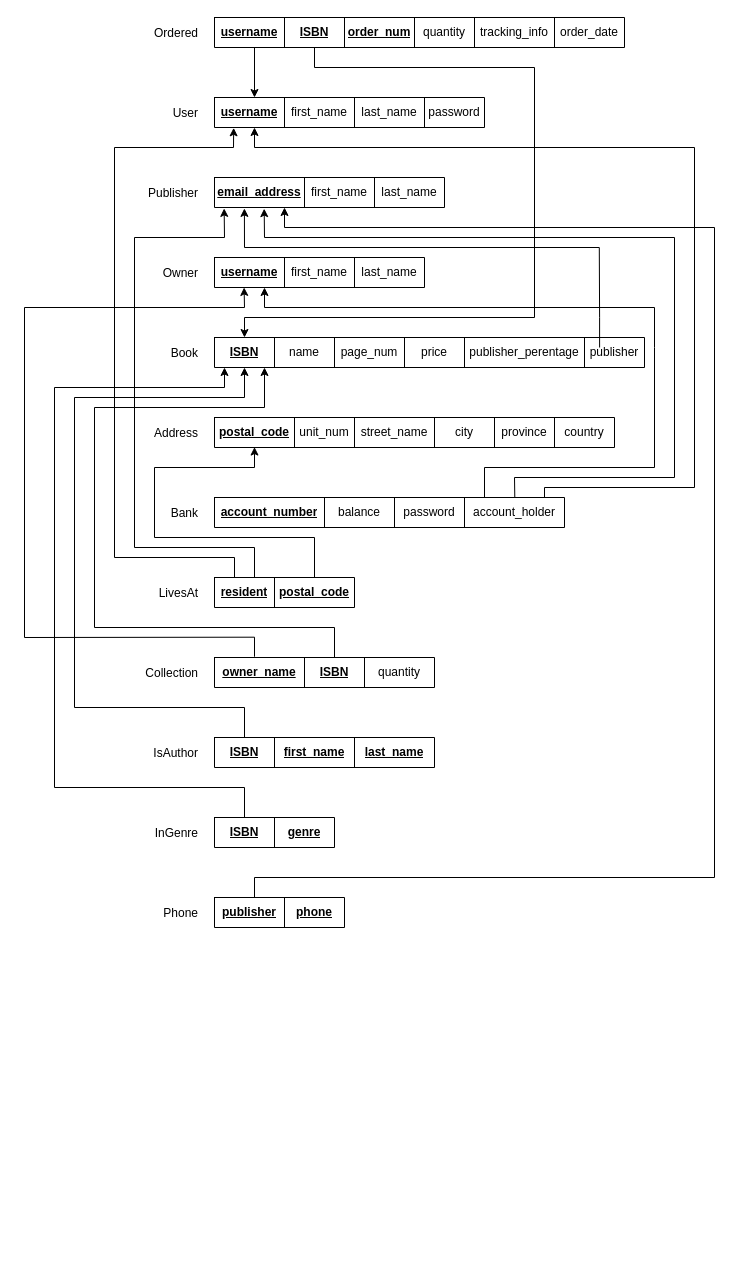
Before: Diagrams/2.2 Reduction to Relation Schema.drawio in MiniEinsteinD/BookStore, a draw.io diagram. Source tidied: cells renumbered, new cells numbered last; positions are measured from the earlier drawing's top-left corner, leaving out a move shared by most shapes. Both pictures are drawn from the tidied source at 100%, with x=0, y=0 at pixel (24, 17).
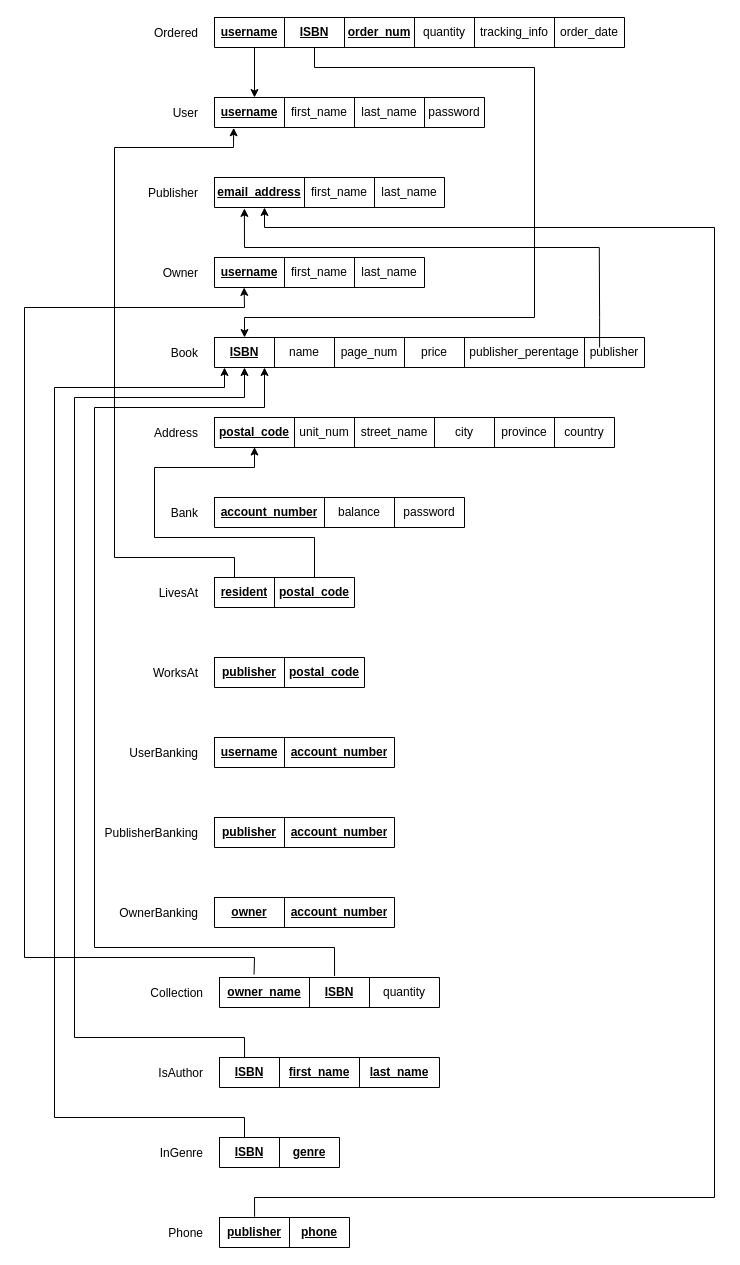
The same diagram, later.

Commit message:
making changes to relation schema

The change refers to these unchanged cells:
```xml
<mxCell id="10" style="shape=partialRectangle;html=1;whiteSpace=wrap;fillColor=none;top=0;left=0;bottom=0;right=0;points=[[0,0.5],[1,0.5]];portConstraint=eastwest;" parent="9" vertex="1">
  <mxGeometry width="230" height="30" as="geometry" />
</mxCell>
<mxCell id="16" style="shape=partialRectangle;html=1;whiteSpace=wrap;fillColor=none;top=0;left=0;bottom=0;right=0;points=[[0,0.5],[1,0.5]];portConstraint=eastwest;" parent="15" vertex="1">
  <mxGeometry width="210" height="30" as="geometry" />
</mxCell>
<mxCell id="59" style="shape=partialRectangle;html=1;whiteSpace=wrap;fillColor=none;top=0;left=0;bottom=0;right=0;points=[[0,0.5],[1,0.5]];portConstraint=eastwest;" parent="58" vertex="1">
  <mxGeometry width="220" height="30" as="geometry" />
</mxCell>
<mxCell id="78" style="shape=partialRectangle;html=1;whiteSpace=wrap;fillColor=none;top=0;left=0;bottom=0;right=0;points=[[0,0.5],[1,0.5]];portConstraint=eastwest;" parent="77" vertex="1">
  <mxGeometry width="220" height="30" as="geometry" />
</mxCell>
<mxCell id="91" style="shape=partialRectangle;html=1;whiteSpace=wrap;fillColor=none;top=0;left=0;bottom=0;right=0;points=[[0,0.5],[1,0.5]];portConstraint=eastwest;" parent="90" vertex="1">
  <mxGeometry width="130" height="30" as="geometry" />
</mxCell>
```

The edit, as a diff of the source:
```diff
@@
     <mxCell id="39" style="shape=table;html=1;whiteSpace=wrap;startSize=0;childLayout=tableLayout;" parent="1" vertex="1">
-      <mxGeometry x="190" y="480" width="350" height="30" as="geometry" />
+      <mxGeometry x="190" y="480" width="250" height="30" as="geometry" />
     </mxCell>
     <mxCell id="40" style="shape=partialRectangle;html=1;whiteSpace=wrap;fillColor=none;top=0;left=0;bottom=0;right=0;points=[[0,0.5],[1,0.5]];portConstraint=eastwest;" parent="39" vertex="1">
-      <mxGeometry width="350" height="30" as="geometry" />
+      <mxGeometry width="250" height="30" as="geometry" />
     </mxCell>
@@
-    <mxCell id="44" value="account_holder" style="shape=partialRectangle;html=1;whiteSpace=wrap;fillColor=none;top=0;left=0;bottom=0;right=0;overflow=hidden;" parent="40" vertex="1">
-      <mxGeometry x="250" width="100" height="30" as="geometry" />
-    </mxCell>
@@
-    <mxCell id="46" style="endArrow=classic;html=1;rounded=0;" parent="1" edge="1">
-      <mxGeometry relative="1" as="geometry">
-        <mxPoint x="520" y="480" as="sourcePoint" />
-        <mxPoint x="230" y="110" as="targetPoint" />
-        <Array as="points">
-          <mxPoint x="520" y="470" />
-          <mxPoint x="670" y="470" />
-          <mxPoint x="670" y="130" />
-          <mxPoint x="230" y="130" />
-        </Array>
-      </mxGeometry>
-    </mxCell>
-    <mxCell id="47" style="endArrow=classic;html=1;rounded=0;exitX=0.858;exitY=0.011;exitDx=0;exitDy=0;exitPerimeter=0;entryX=0.216;entryY=1.038;entryDx=0;entryDy=0;entryPerimeter=0;" parent="1" edge="1" source="40" target="10">
-      <mxGeometry relative="1" as="geometry">
-        <Array as="points">
-          <mxPoint x="490" y="460" />
-          <mxPoint x="650" y="460" />
-          <mxPoint x="650" y="220" />
-          <mxPoint x="240" y="220" />
-        </Array>
-      </mxGeometry>
-    </mxCell>
-    <mxCell id="48" style="endArrow=classic;html=1;rounded=0;" parent="1" edge="1">
-      <mxGeometry relative="1" as="geometry">
-        <mxPoint x="460" y="480" as="sourcePoint" />
-        <mxPoint x="240" y="270" as="targetPoint" />
-        <Array as="points">
-          <mxPoint x="460" y="450" />
-          <mxPoint x="630" y="450" />
-          <mxPoint x="630" y="330" />
-          <mxPoint x="630" y="290" />
-          <mxPoint x="240" y="290" />
-        </Array>
-      </mxGeometry>
-    </mxCell>
@@
-    <mxCell id="55" style="endArrow=classic;html=1;rounded=0;entryX=0.042;entryY=1.03;entryDx=0;entryDy=0;entryPerimeter=0;" parent="1" edge="1" target="10">
-      <mxGeometry relative="1" as="geometry">
-        <mxPoint x="230" y="560" as="sourcePoint" />
-        <Array as="points">
-          <mxPoint x="230" y="530" />
-          <mxPoint x="110" y="530" />
-          <mxPoint x="110" y="220" />
-          <mxPoint x="200" y="220" />
-        </Array>
-      </mxGeometry>
-    </mxCell>
@@
     <mxCell id="58" style="shape=table;html=1;whiteSpace=wrap;startSize=0;childLayout=tableLayout;" parent="1" vertex="1">
-      <mxGeometry x="190" y="640" width="220" height="30" as="geometry" />
+      <mxGeometry x="195" y="960" width="220" height="30" as="geometry" />
     </mxCell>
@@
     <mxCell id="63" value="Collection" style="text;strokeColor=none;fillColor=none;align=right;verticalAlign=middle;spacingLeft=4;spacingRight=4;overflow=hidden;" parent="1" vertex="1">
-      <mxGeometry x="100" y="640" width="80" height="30" as="geometry" />
+      <mxGeometry x="105" y="960" width="80" height="30" as="geometry" />
     </mxCell>
-    <mxCell id="64" style="endArrow=classic;html=1;rounded=0;entryX=0.141;entryY=0.998;entryDx=0;entryDy=0;entryPerimeter=0;" parent="1" edge="1" target="16">
+    <mxCell id="64" style="endArrow=classic;html=1;rounded=0;entryX=0.141;entryY=0.998;entryDx=0;entryDy=0;entryPerimeter=0;exitX=0.157;exitY=-0.097;exitDx=0;exitDy=0;exitPerimeter=0;" parent="1" edge="1" source="59" target="16">
       <mxGeometry relative="1" as="geometry">
-        <mxPoint x="230" y="639.2" as="sourcePoint" />
         <Array as="points">
-          <mxPoint x="230" y="619.7" />
-          <mxPoint y="620" />
+          <mxPoint x="230" y="940" />
+          <mxPoint y="940" />
           <mxPoint y="290" />
           <mxPoint x="220" y="290" />
         </Array>
       </mxGeometry>
     </mxCell>
-    <mxCell id="65" style="endArrow=classic;html=1;rounded=0;" parent="1" edge="1">
+    <mxCell id="65" style="endArrow=classic;html=1;rounded=0;exitX=0.523;exitY=-0.049;exitDx=0;exitDy=0;exitPerimeter=0;" parent="1" edge="1" source="59">
       <mxGeometry relative="1" as="geometry">
-        <mxPoint x="310" y="640" as="sourcePoint" />
         <mxPoint x="240" y="350" as="targetPoint" />
         <Array as="points">
-          <mxPoint x="310" y="610" />
-          <mxPoint x="70" y="610" />
+          <mxPoint x="310" y="930" />
+          <mxPoint x="70" y="930" />
           <mxPoint x="70" y="390" />
           <mxPoint x="240" y="390" />
         </Array>
       </mxGeometry>
     </mxCell>
@@
     <mxCell id="77" style="shape=table;html=1;whiteSpace=wrap;startSize=0;childLayout=tableLayout;" parent="1" vertex="1">
-      <mxGeometry x="190" y="720" width="220" height="30" as="geometry" />
+      <mxGeometry x="195" y="1040" width="220" height="30" as="geometry" />
     </mxCell>
@@
     <mxCell id="82" value="IsAuthor" style="text;strokeColor=none;fillColor=none;align=right;verticalAlign=middle;spacingLeft=4;spacingRight=4;overflow=hidden;" parent="1" vertex="1">
-      <mxGeometry x="100" y="720" width="80" height="30" as="geometry" />
+      <mxGeometry x="105" y="1040" width="80" height="30" as="geometry" />
     </mxCell>
     <mxCell id="83" style="shape=table;html=1;whiteSpace=wrap;startSize=0;childLayout=tableLayout;" parent="1" vertex="1">
-      <mxGeometry x="190" y="800" width="120" height="30" as="geometry" />
+      <mxGeometry x="195" y="1120" width="120" height="30" as="geometry" />
     </mxCell>
@@
     <mxCell id="87" value="InGenre" style="text;strokeColor=none;fillColor=none;align=right;verticalAlign=middle;spacingLeft=4;spacingRight=4;overflow=hidden;" parent="1" vertex="1">
-      <mxGeometry x="100" y="800" width="80" height="30" as="geometry" />
+      <mxGeometry x="105" y="1120" width="80" height="30" as="geometry" />
     </mxCell>
-    <mxCell id="88" style="endArrow=classic;html=1;rounded=0;" parent="1" edge="1">
+    <mxCell id="88" style="endArrow=classic;html=1;rounded=0;exitX=0.114;exitY=0.014;exitDx=0;exitDy=0;exitPerimeter=0;" parent="1" edge="1" source="78">
       <mxGeometry relative="1" as="geometry">
-        <mxPoint x="220" y="720" as="sourcePoint" />
         <mxPoint x="220" y="350" as="targetPoint" />
         <Array as="points">
-          <mxPoint x="220" y="690" />
-          <mxPoint x="50" y="690" />
+          <mxPoint x="220" y="1020" />
+          <mxPoint x="50" y="1020" />
           <mxPoint x="50" y="380" />
           <mxPoint x="220" y="380" />
         </Array>
       </mxGeometry>
     </mxCell>
     <mxCell id="89" style="endArrow=classic;html=1;rounded=0;" parent="1" edge="1">
       <mxGeometry relative="1" as="geometry">
-        <mxPoint x="220" y="800" as="sourcePoint" />
+        <mxPoint x="220" y="1120" as="sourcePoint" />
         <mxPoint x="200" y="350" as="targetPoint" />
         <Array as="points">
-          <mxPoint x="220" y="770" />
-          <mxPoint x="30" y="770" />
+          <mxPoint x="220" y="1100" />
+          <mxPoint x="30" y="1100" />
           <mxPoint x="30" y="370" />
           <mxPoint x="200" y="370" />
         </Array>
       </mxGeometry>
     </mxCell>
     <mxCell id="90" style="shape=table;html=1;whiteSpace=wrap;startSize=0;childLayout=tableLayout;" parent="1" vertex="1">
-      <mxGeometry x="190" y="880" width="130" height="30" as="geometry" />
+      <mxGeometry x="195" y="1200" width="130" height="30" as="geometry" />
     </mxCell>
@@
     <mxCell id="94" value="Phone" style="text;strokeColor=none;fillColor=none;align=right;verticalAlign=middle;spacingLeft=4;spacingRight=4;overflow=hidden;" parent="1" vertex="1">
-      <mxGeometry x="100" y="880" width="80" height="30" as="geometry" />
+      <mxGeometry x="105" y="1200" width="80" height="30" as="geometry" />
     </mxCell>
-    <mxCell id="95" style="endArrow=classic;html=1;rounded=0;" parent="1" edge="1">
+    <mxCell id="95" style="endArrow=classic;html=1;rounded=0;exitX=0.27;exitY=-0.026;exitDx=0;exitDy=0;exitPerimeter=0;" parent="1" edge="1" source="91">
       <mxGeometry relative="1" as="geometry">
-        <mxPoint x="230" y="880" as="sourcePoint" />
-        <mxPoint x="260" y="190" as="targetPoint" />
+        <mxPoint x="240" y="190" as="targetPoint" />
         <Array as="points">
-          <mxPoint x="230" y="860" />
-          <mxPoint x="690" y="860" />
+          <mxPoint x="230" y="1180" />
+          <mxPoint x="690" y="1180" />
           <mxPoint x="690" y="210" />
-          <mxPoint x="260" y="210" />
+          <mxPoint x="240" y="210" />
         </Array>
       </mxGeometry>
     </mxCell>
+    <mxCell id="96" style="shape=table;html=1;whiteSpace=wrap;startSize=0;childLayout=tableLayout;" parent="1" vertex="1">
+      <mxGeometry x="190" y="640" width="150" height="30" as="geometry" />
+    </mxCell>
+    <mxCell id="97" style="shape=partialRectangle;html=1;whiteSpace=wrap;fillColor=none;top=0;left=0;bottom=0;right=0;" parent="96" vertex="1">
+      <mxGeometry width="150" height="30" as="geometry" />
+    </mxCell>
+    <mxCell id="98" value="&lt;b&gt;publisher&lt;/b&gt;" style="shape=partialRectangle;html=1;whiteSpace=wrap;fillColor=none;top=0;left=0;bottom=0;right=0;overflow=hidden;fontStyle=4;" parent="97" vertex="1">
+      <mxGeometry width="70" height="30" as="geometry" />
+    </mxCell>
+    <mxCell id="99" value="&lt;u&gt;&lt;b&gt;postal_code&lt;/b&gt;&lt;/u&gt;" style="shape=partialRectangle;html=1;whiteSpace=wrap;fillColor=none;top=0;left=0;bottom=0;right=0;overflow=hidden;" parent="97" vertex="1">
+      <mxGeometry x="70" width="80" height="30" as="geometry" />
+    </mxCell>
+    <mxCell id="100" value="WorksAt" style="text;strokeColor=none;fillColor=none;align=right;verticalAlign=middle;spacingLeft=4;spacingRight=4;overflow=hidden;" parent="1" vertex="1">
+      <mxGeometry x="100" y="640" width="80" height="30" as="geometry" />
+    </mxCell>
+    <mxCell id="101" style="shape=table;html=1;whiteSpace=wrap;startSize=0;childLayout=tableLayout;" parent="1" vertex="1">
+      <mxGeometry x="190" y="720" width="180" height="30" as="geometry" />
+    </mxCell>
+    <mxCell id="102" style="shape=partialRectangle;html=1;whiteSpace=wrap;fillColor=none;top=0;left=0;bottom=0;right=0;" parent="101" vertex="1">
+      <mxGeometry width="180" height="30" as="geometry" />
+    </mxCell>
+    <mxCell id="103" value="&lt;b&gt;username&lt;/b&gt;" style="shape=partialRectangle;html=1;whiteSpace=wrap;fillColor=none;top=0;left=0;bottom=0;right=0;overflow=hidden;fontStyle=4;" parent="102" vertex="1">
+      <mxGeometry width="70" height="30" as="geometry" />
+    </mxCell>
+    <mxCell id="104" value="&lt;u&gt;&lt;b&gt;account_number&lt;/b&gt;&lt;/u&gt;" style="shape=partialRectangle;html=1;whiteSpace=wrap;fillColor=none;top=0;left=0;bottom=0;right=0;overflow=hidden;" parent="102" vertex="1">
+      <mxGeometry x="70" width="110" height="30" as="geometry" />
+    </mxCell>
+    <mxCell id="105" value="UserBanking" style="text;strokeColor=none;fillColor=none;align=right;verticalAlign=middle;spacingLeft=4;spacingRight=4;overflow=hidden;" parent="1" vertex="1">
+      <mxGeometry x="100" y="720" width="80" height="30" as="geometry" />
+    </mxCell>
+    <mxCell id="106" style="shape=table;html=1;whiteSpace=wrap;startSize=0;childLayout=tableLayout;" parent="1" vertex="1">
+      <mxGeometry x="190" y="800" width="180" height="30" as="geometry" />
+    </mxCell>
+    <mxCell id="107" style="shape=partialRectangle;html=1;whiteSpace=wrap;fillColor=none;top=0;left=0;bottom=0;right=0;" parent="106" vertex="1">
+      <mxGeometry width="180" height="30" as="geometry" />
+    </mxCell>
+    <mxCell id="108" value="&lt;b&gt;publisher&lt;/b&gt;" style="shape=partialRectangle;html=1;whiteSpace=wrap;fillColor=none;top=0;left=0;bottom=0;right=0;overflow=hidden;fontStyle=4;" parent="107" vertex="1">
+      <mxGeometry width="70" height="30" as="geometry" />
+    </mxCell>
+    <mxCell id="109" value="&lt;u&gt;&lt;b&gt;account_number&lt;/b&gt;&lt;/u&gt;" style="shape=partialRectangle;html=1;whiteSpace=wrap;fillColor=none;top=0;left=0;bottom=0;right=0;overflow=hidden;" parent="107" vertex="1">
+      <mxGeometry x="70" width="110" height="30" as="geometry" />
+    </mxCell>
+    <mxCell id="110" value="PublisherBanking" style="text;strokeColor=none;fillColor=none;align=right;verticalAlign=middle;spacingLeft=4;spacingRight=4;overflow=hidden;" parent="1" vertex="1">
+      <mxGeometry x="70" y="800" width="110" height="30" as="geometry" />
+    </mxCell>
+    <mxCell id="111" style="shape=table;html=1;whiteSpace=wrap;startSize=0;childLayout=tableLayout;" parent="1" vertex="1">
+      <mxGeometry x="190" y="880" width="180" height="30" as="geometry" />
+    </mxCell>
+    <mxCell id="112" style="shape=partialRectangle;html=1;whiteSpace=wrap;fillColor=none;top=0;left=0;bottom=0;right=0;" parent="111" vertex="1">
+      <mxGeometry width="180" height="30" as="geometry" />
+    </mxCell>
+    <mxCell id="113" value="&lt;b&gt;owner&lt;/b&gt;" style="shape=partialRectangle;html=1;whiteSpace=wrap;fillColor=none;top=0;left=0;bottom=0;right=0;overflow=hidden;fontStyle=4;" parent="112" vertex="1">
+      <mxGeometry width="70" height="30" as="geometry" />
+    </mxCell>
+    <mxCell id="114" value="&lt;u&gt;&lt;b&gt;account_number&lt;/b&gt;&lt;/u&gt;" style="shape=partialRectangle;html=1;whiteSpace=wrap;fillColor=none;top=0;left=0;bottom=0;right=0;overflow=hidden;" parent="112" vertex="1">
+      <mxGeometry x="70" width="110" height="30" as="geometry" />
+    </mxCell>
+    <mxCell id="115" value="OwnerBanking" style="text;strokeColor=none;fillColor=none;align=right;verticalAlign=middle;spacingLeft=4;spacingRight=4;overflow=hidden;" parent="1" vertex="1">
+      <mxGeometry x="90" y="880" width="90" height="30" as="geometry" />
+    </mxCell>
```
